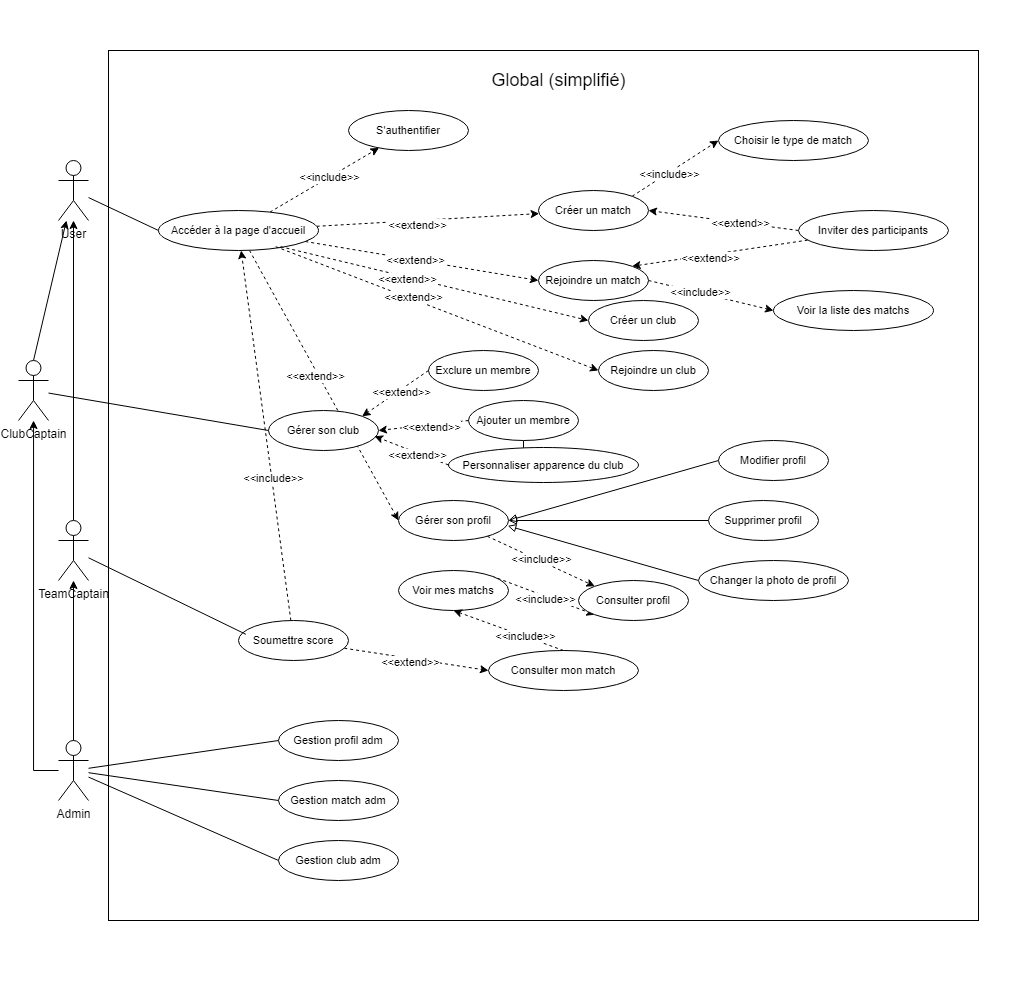
Earlier version of the draw.io export Diagram use case Global simplifié.drawio.png (Mathistrg/Styx). Source tidied: cells renumbered, new cells last; positions are measured from the earlier drawing's top-left corner, leaving out a move shared by most shapes.
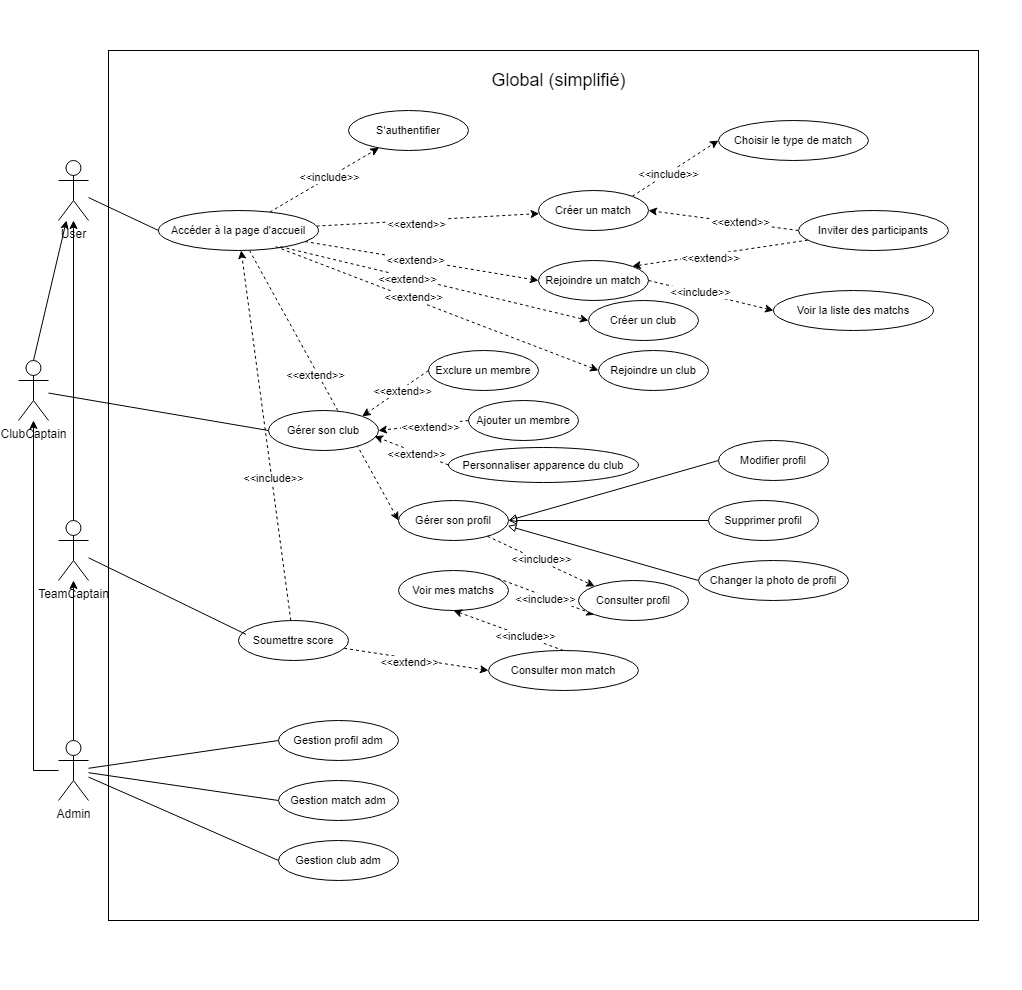
After the commit.

Commit message:
Mettre à jour Diagram use case Global simplifié.drawio.png

Diff of the diagram source:
```diff
@@ -226,9 +226,6 @@
     <mxCell id="73" value="Exclure un membre" style="ellipse;whiteSpace=wrap;html=1;fontFamily=Helvetica;fontSize=11;fontColor=default;labelBackgroundColor=default;" parent="1" vertex="1">
       <mxGeometry x="410" y="350" width="110" height="40" as="geometry" />
     </mxCell>
-    <mxCell id="74" style="edgeStyle=orthogonalEdgeStyle;rounded=0;jettySize=auto;html=1;" parent="1" edge="1" source="75" target="76">
-      <mxGeometry relative="1" as="geometry" />
-    </mxCell>
     <mxCell id="75" value="Ajouter un membre" style="ellipse;whiteSpace=wrap;html=1;fontFamily=Helvetica;fontSize=11;fontColor=default;labelBackgroundColor=default;" parent="1" vertex="1">
       <mxGeometry x="450" y="400" width="110" height="40" as="geometry" />
     </mxCell>
```
